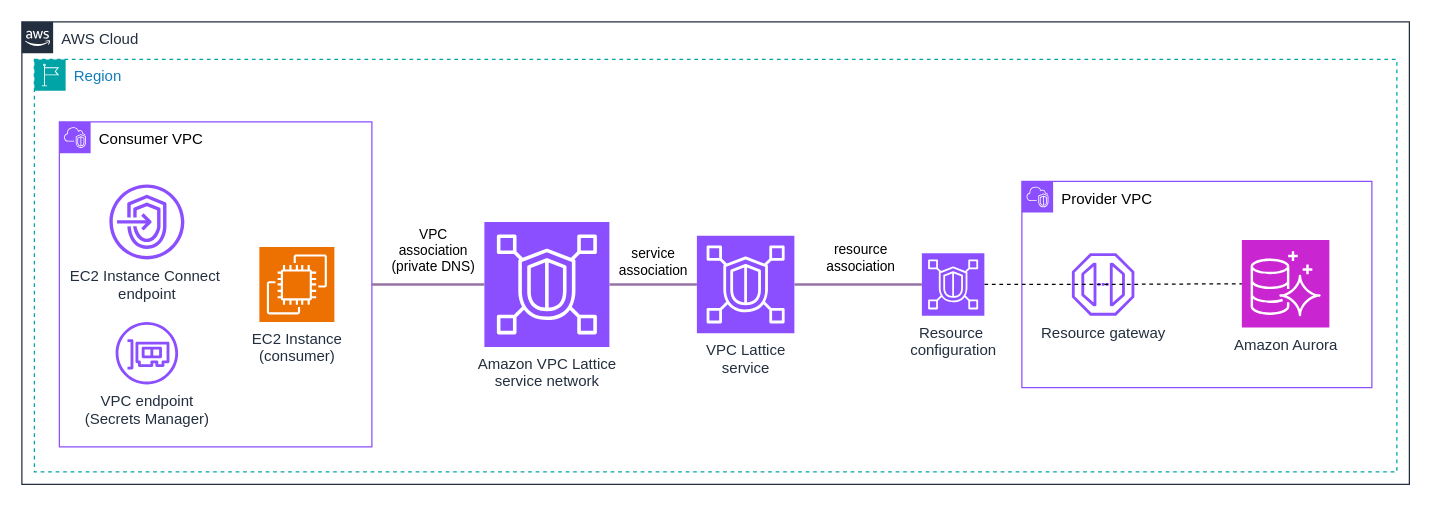
This is page "1-SimpleArchitectures_6-RDS" (6 of 7) of images/architectures.drawio from aws-samples/amazon-vpc-lattice-blueprints, a draw.io file, before an edit. Source tidied: cells renumbered, new cells numbered last; positions are measured from the earlier drawing's top-left corner, leaving out a move shared by most shapes. Both pictures are drawn from the tidied source at 125%, with x=0, y=0 at pixel (21, 21).
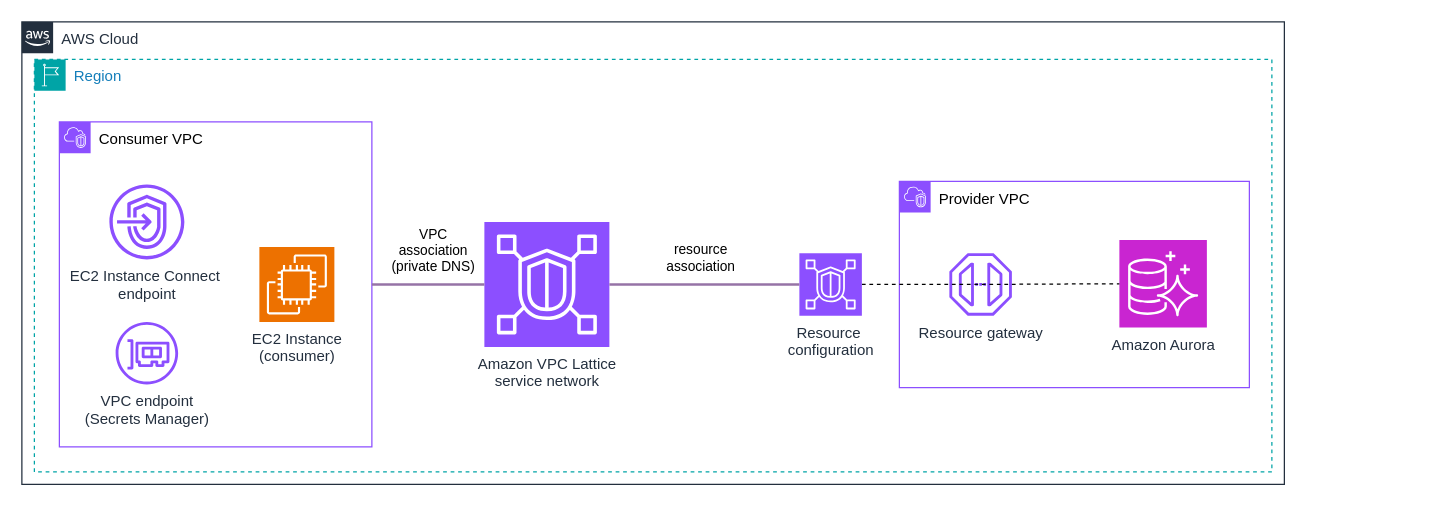
The same page after the edit.

Unchanged cells that the change refers to:
```xml
<mxCell id="10" value="Amazon VPC Lattice&lt;div&gt;service network&lt;/div&gt;" style="sketch=0;points=[[0,0,0],[0.25,0,0],[0.5,0,0],[0.75,0,0],[1,0,0],[0,1,0],[0.25,1,0],[0.5,1,0],[0.75,1,0],[1,1,0],[0,0.25,0],[0,0.5,0],[0,0.75,0],[1,0.25,0],[1,0.5,0],[1,0.75,0]];outlineConnect=0;fontColor=#232F3E;fillColor=#8C4FFF;strokeColor=#ffffff;dashed=0;verticalLabelPosition=bottom;verticalAlign=top;align=center;html=1;fontSize=12;fontStyle=0;shape=mxgraph.aws4.resourceIcon;resIcon=mxgraph.aws4.vpc_lattice;" parent="3" vertex="1">
  <mxGeometry x="360" y="130" width="100" height="100" as="geometry" />
</mxCell>
```

Change to the diagram source:
```diff
@@
     <mxCell id="2" value="AWS Cloud" style="gradientColor=none;html=1;whiteSpace=wrap;fontSize=12;fontStyle=0;shape=mxgraph.aws4.group;grIcon=mxgraph.aws4.group_aws_cloud_alt;strokeColor=#232F3E;fillColor=none;verticalAlign=top;align=left;spacingLeft=30;fontColor=#232F3E;dashed=0;" parent="1" vertex="1">
-      <mxGeometry width="1110" height="370" as="geometry" />
+      <mxGeometry width="1010" height="370" as="geometry" />
     </mxCell>
     <mxCell id="3" value="Region" style="gradientColor=none;html=1;whiteSpace=wrap;fontSize=12;fontStyle=0;shape=mxgraph.aws4.group;grIcon=mxgraph.aws4.group_region;strokeColor=#00A4A6;fillColor=none;verticalAlign=top;align=left;spacingLeft=30;fontColor=#147EBA;dashed=1;" parent="2" vertex="1">
-      <mxGeometry x="10" y="30" width="1090" height="330" as="geometry" />
+      <mxGeometry x="10" y="30" width="990" height="330" as="geometry" />
     </mxCell>
@@
-    <mxCell id="8" style="edgeStyle=orthogonalEdgeStyle;rounded=0;jettySize=auto;html=1;exitX=1;exitY=0.5;exitDx=0;exitDy=0;exitPerimeter=0;strokeWidth=2;endArrow=none;startFill=0;fillColor=#e1d5e7;strokeColor=#9673a6;" parent="3" edge="1" source="10" target="13">
-      <mxGeometry relative="1" as="geometry" />
-    </mxCell>
-    <mxCell id="9" value="service&lt;div&gt;association&lt;/div&gt;" style="edgeLabel;html=1;align=center;verticalAlign=middle;" parent="8" vertex="1">
-      <mxGeometry x="0.06" y="2" relative="1" as="geometry">
-        <mxPoint x="-3" y="-17" as="offset" />
-      </mxGeometry>
-    </mxCell>
@@
-    <mxCell id="13" value="VPC Lattice&lt;div&gt;service&lt;/div&gt;" style="sketch=0;points=[[0,0,0],[0.25,0,0],[0.5,0,0],[0.75,0,0],[1,0,0],[0,1,0],[0.25,1,0],[0.5,1,0],[0.75,1,0],[1,1,0],[0,0.25,0],[0,0.5,0],[0,0.75,0],[1,0.25,0],[1,0.5,0],[1,0.75,0]];outlineConnect=0;fontColor=#232F3E;fillColor=#8C4FFF;strokeColor=#ffffff;dashed=0;verticalLabelPosition=bottom;verticalAlign=top;align=center;html=1;fontSize=12;fontStyle=0;shape=mxgraph.aws4.resourceIcon;resIcon=mxgraph.aws4.vpc_lattice;" parent="3" vertex="1">
-      <mxGeometry x="530" y="141" width="78" height="78" as="geometry" />
-    </mxCell>
     <mxCell id="14" value="&lt;font style=&quot;color: rgb(0, 0, 0);&quot;&gt;Provider VPC&lt;/font&gt;" style="gradientColor=none;html=1;whiteSpace=wrap;fontSize=12;fontStyle=0;shape=mxgraph.aws4.group;grIcon=mxgraph.aws4.group_vpc2;strokeColor=#8C4FFF;fillColor=none;verticalAlign=top;align=left;spacingLeft=30;fontColor=#AAB7B8;dashed=0;" parent="3" vertex="1">
-      <mxGeometry x="790" y="97.5" width="280" height="165" as="geometry" />
+      <mxGeometry x="692" y="97.5" width="280" height="165" as="geometry" />
     </mxCell>
@@
     <mxCell id="18" value="Resource&amp;nbsp;&lt;div&gt;configuration&lt;/div&gt;" style="sketch=0;points=[[0,0,0],[0.25,0,0],[0.5,0,0],[0.75,0,0],[1,0,0],[0,1,0],[0.25,1,0],[0.5,1,0],[0.75,1,0],[1,1,0],[0,0.25,0],[0,0.5,0],[0,0.75,0],[1,0.25,0],[1,0.5,0],[1,0.75,0]];outlineConnect=0;fontColor=#232F3E;fillColor=#8C4FFF;strokeColor=#ffffff;dashed=0;verticalLabelPosition=bottom;verticalAlign=top;align=center;html=1;fontSize=12;fontStyle=0;shape=mxgraph.aws4.resourceIcon;resIcon=mxgraph.aws4.vpc_lattice;" parent="3" vertex="1">
-      <mxGeometry x="710" y="155" width="50" height="50" as="geometry" />
+      <mxGeometry x="612" y="155" width="50" height="50" as="geometry" />
     </mxCell>
-    <mxCell id="19" style="edgeStyle=orthogonalEdgeStyle;rounded=0;jettySize=auto;html=1;entryX=0;entryY=0.5;entryDx=0;entryDy=0;entryPerimeter=0;strokeWidth=2;endArrow=none;endFill=0;fillColor=#e1d5e7;strokeColor=#9673a6;" parent="3" edge="1" source="13" target="18">
+    <mxCell id="19" style="edgeStyle=orthogonalEdgeStyle;rounded=0;jettySize=auto;html=1;entryX=0;entryY=0.5;entryDx=0;entryDy=0;entryPerimeter=0;strokeWidth=2;endArrow=none;endFill=0;fillColor=#e1d5e7;strokeColor=#9673a6;exitX=1;exitY=0.5;exitDx=0;exitDy=0;exitPerimeter=0;" parent="3" edge="1" source="10" target="18">
       <mxGeometry relative="1" as="geometry" />
     </mxCell>
```
